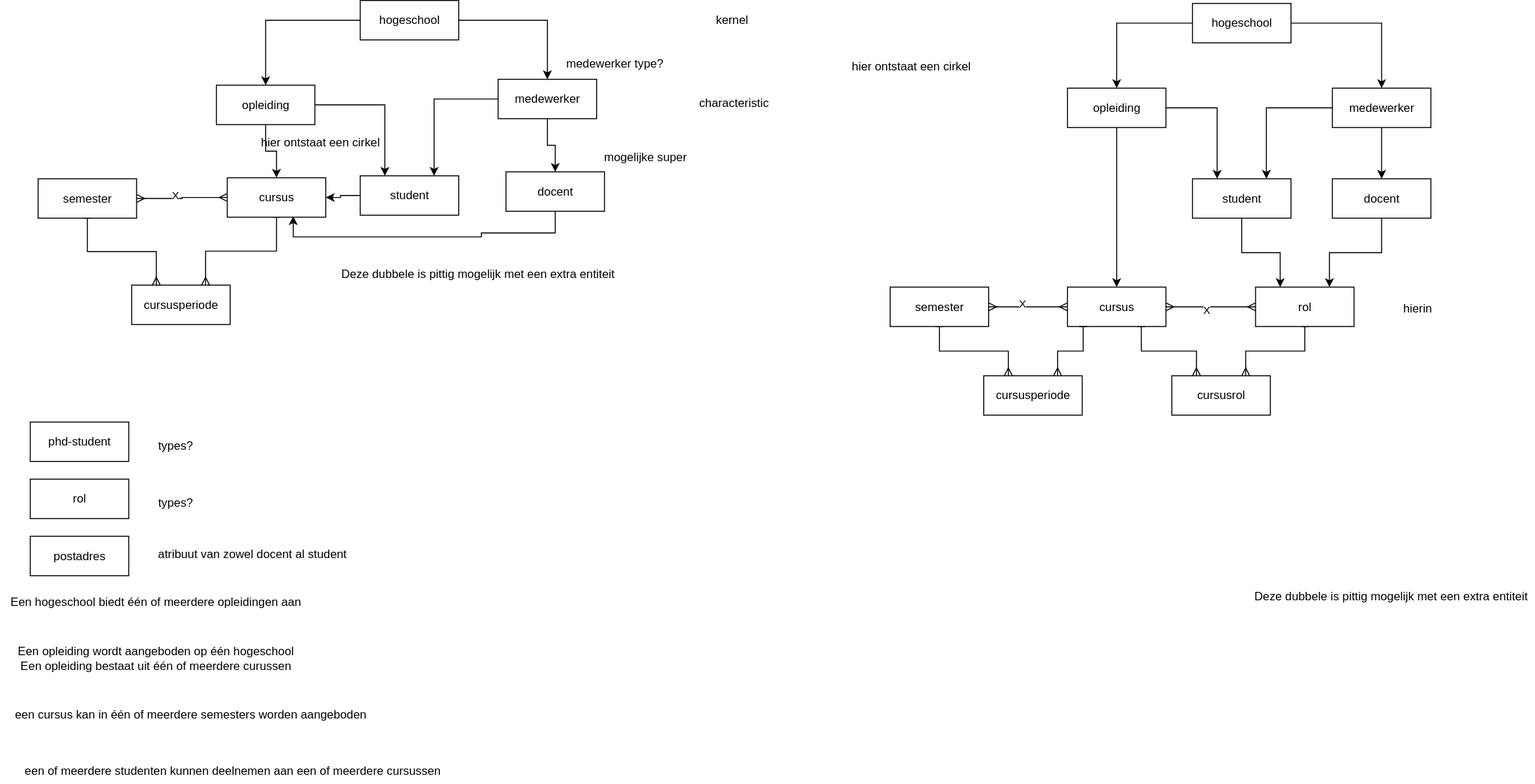
Earlier version of the draw.io export oefenen met schoolsystemen.svg (Jterveld/draw.io-modellen). Source tidied: cells renumbered, new cells last; positions are measured from the earlier drawing's top-left corner, leaving out a move shared by most shapes.
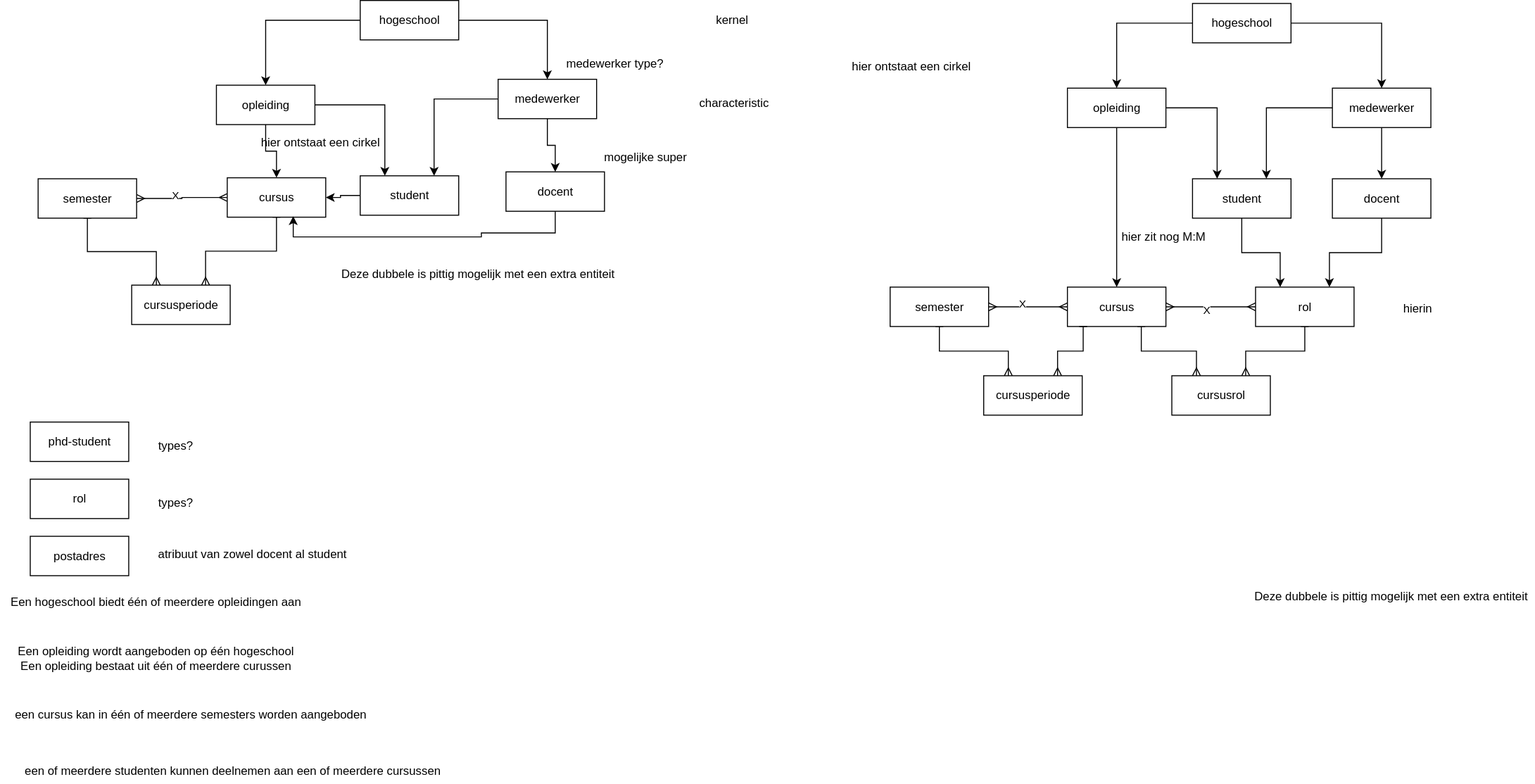
Above is the later version.

What changed in the source:
```diff
@@ -204,5 +204,8 @@
     <mxCell id="66" value="hierin" style="text;html=1;align=center;verticalAlign=middle;strokeColor=none;fillColor=none;" parent="1" vertex="1">
       <mxGeometry x="1414" y="300" width="47" height="26" as="geometry" />
     </mxCell>
+    <mxCell id="67" value="hier zit nog M:M" style="text;html=1;align=center;verticalAlign=middle;strokeColor=none;fillColor=none;" parent="1" vertex="1">
+      <mxGeometry x="1128" y="227" width="103" height="26" as="geometry" />
+    </mxCell>
   </root>
 </mxGraphModel>
```
